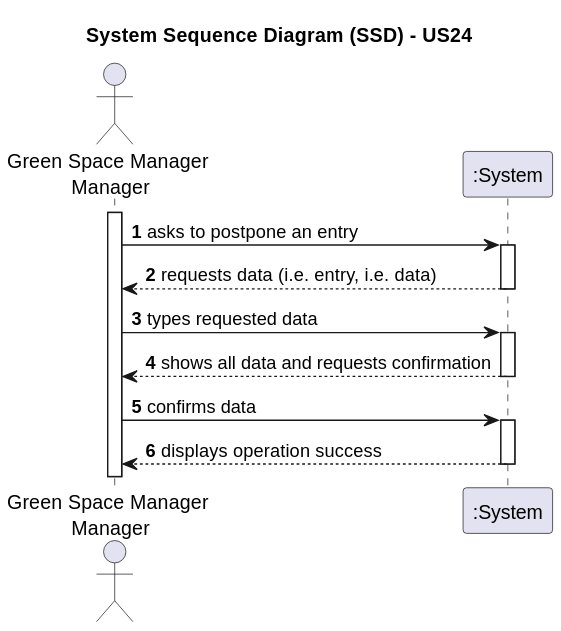
The PlantUML diagram docs/sprintC/us0023/01.requirements-engineering/svg/us23-system-sequence-diagram.svg in Mendoncaa/LAPR2, before a commit. Source of this version:
```plantuml
@startuml
skinparam monochrome false
skinparam packageStyle rectangle
skinparam shadowing false

title System Sequence Diagram (SSD) - US24

autonumber

actor "Green Space Manager \nManager" as GSM
participant ":System" as System

activate GSM

    GSM -> System : asks to postpone an entry
    activate System

        System --> GSM : requests data (i.e. entry, i.e. data)
    deactivate System

    GSM -> System : types requested data
    activate System

        System --> GSM : shows all data and requests confirmation
    deactivate System

    GSM -> System : confirms data
    activate System

        System --> GSM : displays operation success
    deactivate System
@enduml
```
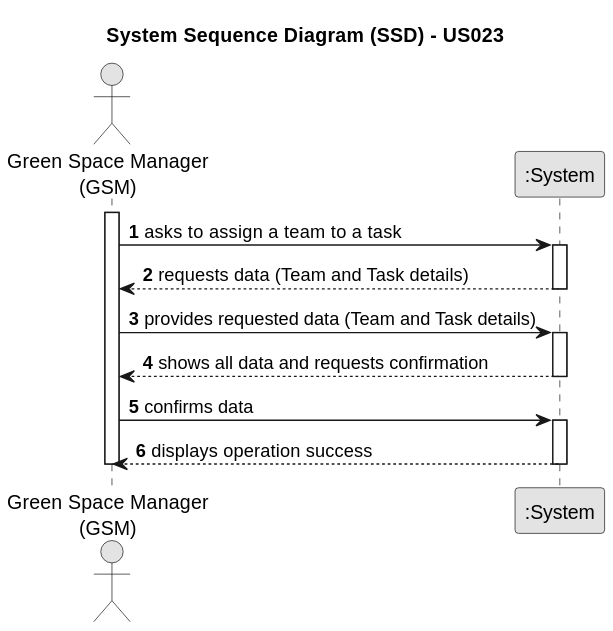
After the commit.

The edit, as a diff of the source:
```diff
@@ -1,25 +1,27 @@
 @startuml
-skinparam monochrome false
+skinparam monochrome true
 skinparam packageStyle rectangle
 skinparam shadowing false
 
-title System Sequence Diagram (SSD) - US24
+title System Sequence Diagram (SSD) - US023
+
 
 autonumber
 
-actor "Green Space Manager \nManager" as GSM
+actor "Green Space Manager\n(GSM)" as GSM
 participant ":System" as System
 
 activate GSM
 
-    GSM -> System : asks to postpone an entry
+    GSM -> System : asks to assign a team to a task
     activate System
 
-        System --> GSM : requests data (i.e. entry, i.e. data)
+        System --> GSM : requests data (Team and Task details)
     deactivate System
 
-    GSM -> System : types requested data
+    GSM -> System : provides requested data (Team and Task details)
     activate System
+
 
         System --> GSM : shows all data and requests confirmation
     deactivate System
@@ -29,4 +31,6 @@
 
         System --> GSM : displays operation success
     deactivate System
+
+deactivate GSM
 @enduml
```
